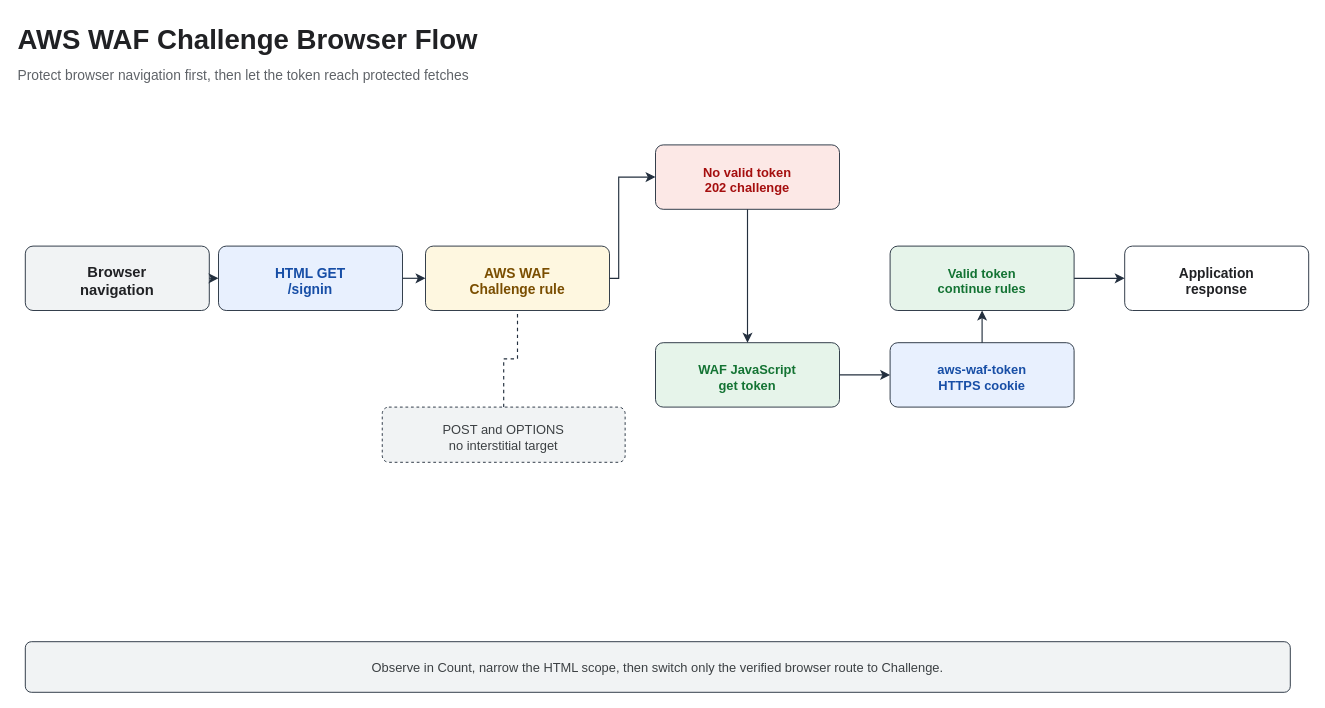
Earlier version of the draw.io diagram assets/img/aws/aws-waf-challenge-token-flow.drawio (KKamJi98/kkamji98.github.io). Source tidied: cells renumbered, new cells numbered last; positions are measured from the earlier drawing's top-left corner, leaving out a move shared by most shapes. Both pictures are drawn from the tidied source at 92%, with x=0, y=0 at pixel (16, 16).
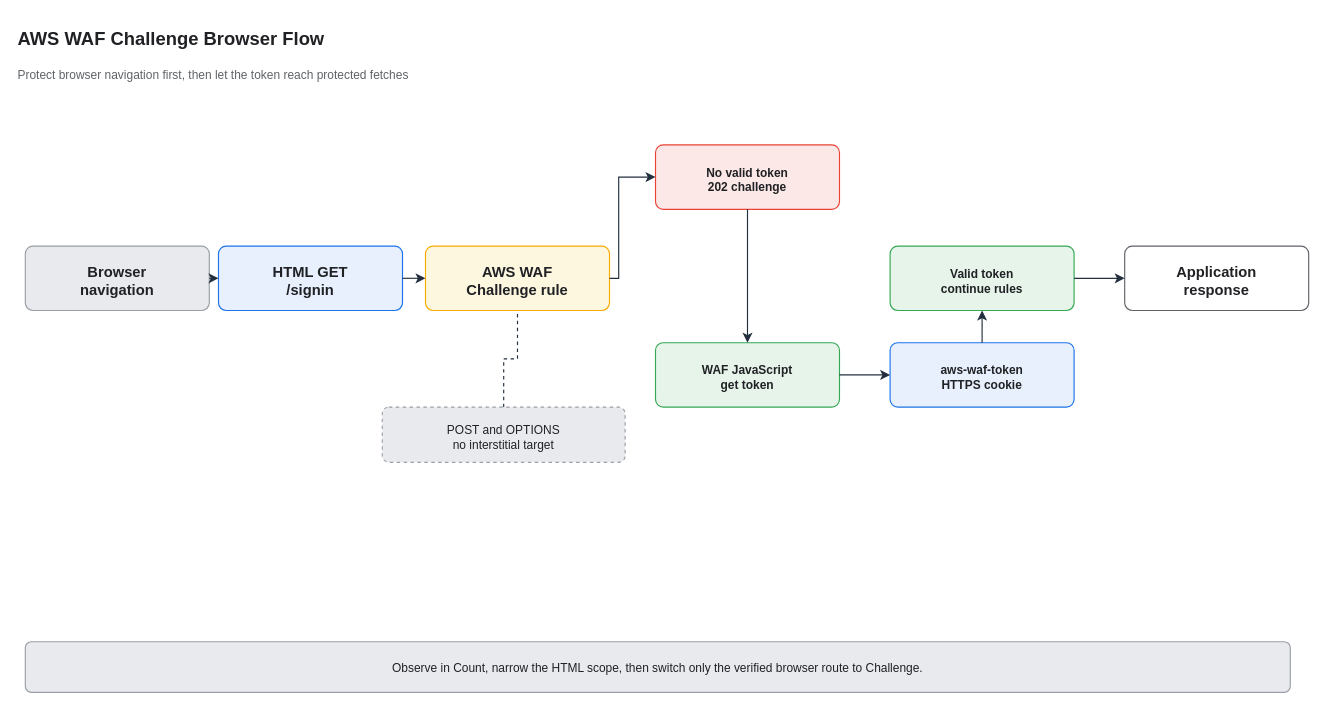
The same page after the edit.

Diff of the diagram source:
```diff
@@
-    <mxCell id="2" value="AWS WAF Challenge Browser Flow" style="text;html=0;align=left;verticalAlign=middle;fontSize=30;fontStyle=1;fontColor=#202124;" parent="1" vertex="1">
+    <mxCell id="2" value="AWS WAF Challenge Browser Flow" style="text;html=0;align=left;verticalAlign=middle;fontSize=20;fontStyle=1;fontColor=#202124;" parent="1" vertex="1">
       <mxGeometry width="790" height="45" as="geometry" />
     </mxCell>
-    <mxCell id="3" value="Protect browser navigation first, then let the token reach protected fetches" style="text;html=0;align=left;verticalAlign=middle;fontSize=15;fontColor=#5f6368;" parent="1" vertex="1">
+    <mxCell id="3" value="Protect browser navigation first, then let the token reach protected fetches" style="text;html=0;align=left;verticalAlign=middle;fontSize=13;fontColor=#5f6368;" parent="1" vertex="1">
       <mxGeometry y="48" width="850" height="30" as="geometry" />
     </mxCell>
-    <mxCell id="4" value="Browser&#10;navigation" style="rounded=1;whiteSpace=wrap;html=0;fillColor=#f1f3f4;strokeColor=#232F3E;fontColor=#202124;fontSize=16;fontStyle=1;arcSize=12;spacingTop=5;" parent="1" vertex="1">
+    <mxCell id="4" value="Browser&#10;navigation" style="rounded=1;whiteSpace=wrap;html=0;fillColor=#E8EAED;strokeColor=#9AA0A6;fontColor=#202124;fontSize=16;fontStyle=1;arcSize=12;spacingTop=5;strokeWidth=1.25;" parent="1" vertex="1">
       <mxGeometry x="10" y="250" width="200" height="70" as="geometry" />
     </mxCell>
-    <mxCell id="5" value="HTML GET&#10;/signin" style="rounded=1;whiteSpace=wrap;html=0;fillColor=#e8f0fe;strokeColor=#232F3E;fontColor=#174ea6;fontSize=15;fontStyle=1;arcSize=12;spacingTop=5;" parent="1" vertex="1">
+    <mxCell id="5" value="HTML GET&#10;/signin" style="rounded=1;whiteSpace=wrap;html=0;fillColor=#e8f0fe;strokeColor=#1A73E8;fontColor=#202124;fontSize=16;fontStyle=1;arcSize=12;spacingTop=5;strokeWidth=1.25;" parent="1" vertex="1">
       <mxGeometry x="220" y="250" width="200" height="70" as="geometry" />
     </mxCell>
-    <mxCell id="6" value="AWS WAF&#10;Challenge rule" style="rounded=1;whiteSpace=wrap;html=0;fillColor=#fef7e0;strokeColor=#232F3E;fontColor=#7a4e00;fontSize=15;fontStyle=1;arcSize=12;spacingTop=5;" parent="1" vertex="1">
+    <mxCell id="6" value="AWS WAF&#10;Challenge rule" style="rounded=1;whiteSpace=wrap;html=0;fillColor=#fef7e0;strokeColor=#F9AB00;fontColor=#202124;fontSize=16;fontStyle=1;arcSize=12;spacingTop=5;strokeWidth=1.25;" parent="1" vertex="1">
       <mxGeometry x="445" y="250" width="200" height="70" as="geometry" />
     </mxCell>
-    <mxCell id="7" value="No valid token&#10;202 challenge" style="rounded=1;whiteSpace=wrap;html=0;fillColor=#fce8e6;strokeColor=#232F3E;fontColor=#a50e0e;fontSize=14;fontStyle=1;arcSize=12;spacingTop=5;" parent="1" vertex="1">
+    <mxCell id="7" value="No valid token&#10;202 challenge" style="rounded=1;whiteSpace=wrap;html=0;fillColor=#fce8e6;strokeColor=#EA4335;fontColor=#202124;fontSize=13;fontStyle=1;arcSize=12;spacingTop=5;strokeWidth=1.25;" parent="1" vertex="1">
       <mxGeometry x="695" y="140" width="200" height="70" as="geometry" />
     </mxCell>
-    <mxCell id="8" value="WAF JavaScript&#10;get token" style="rounded=1;whiteSpace=wrap;html=0;fillColor=#e6f4ea;strokeColor=#232F3E;fontColor=#137333;fontSize=14;fontStyle=1;arcSize=12;spacingTop=5;" parent="1" vertex="1">
+    <mxCell id="8" value="WAF JavaScript&#10;get token" style="rounded=1;whiteSpace=wrap;html=0;fillColor=#e6f4ea;strokeColor=#34A853;fontColor=#202124;fontSize=13;fontStyle=1;arcSize=12;spacingTop=5;strokeWidth=1.25;" parent="1" vertex="1">
       <mxGeometry x="695" y="355" width="200" height="70" as="geometry" />
     </mxCell>
-    <mxCell id="9" value="aws-waf-token&#10;HTTPS cookie" style="rounded=1;whiteSpace=wrap;html=0;fillColor=#e8f0fe;strokeColor=#232F3E;fontColor=#174ea6;fontSize=14;fontStyle=1;arcSize=12;spacingTop=5;" parent="1" vertex="1">
+    <mxCell id="9" value="aws-waf-token&#10;HTTPS cookie" style="rounded=1;whiteSpace=wrap;html=0;fillColor=#e8f0fe;strokeColor=#1A73E8;fontColor=#202124;fontSize=13;fontStyle=1;arcSize=12;spacingTop=5;strokeWidth=1.25;" parent="1" vertex="1">
       <mxGeometry x="950" y="355" width="200" height="70" as="geometry" />
     </mxCell>
-    <mxCell id="10" value="Valid token&#10;continue rules" style="rounded=1;whiteSpace=wrap;html=0;fillColor=#e6f4ea;strokeColor=#232F3E;fontColor=#137333;fontSize=14;fontStyle=1;arcSize=12;spacingTop=5;" parent="1" vertex="1">
+    <mxCell id="10" value="Valid token&#10;continue rules" style="rounded=1;whiteSpace=wrap;html=0;fillColor=#e6f4ea;strokeColor=#34A853;fontColor=#202124;fontSize=13;fontStyle=1;arcSize=12;spacingTop=5;strokeWidth=1.25;" parent="1" vertex="1">
       <mxGeometry x="950" y="250" width="200" height="70" as="geometry" />
     </mxCell>
-    <mxCell id="11" value="Application&#10;response" style="rounded=1;whiteSpace=wrap;html=0;fillColor=#ffffff;strokeColor=#232F3E;fontColor=#202124;fontSize=15;fontStyle=1;arcSize=12;spacingTop=5;" parent="1" vertex="1">
+    <mxCell id="11" value="Application&#10;response" style="rounded=1;whiteSpace=wrap;html=0;fillColor=#ffffff;strokeColor=#5F6368;fontColor=#202124;fontSize=16;fontStyle=1;arcSize=12;spacingTop=5;strokeWidth=1.25;" parent="1" vertex="1">
       <mxGeometry x="1205" y="250" width="200" height="70" as="geometry" />
     </mxCell>
-    <mxCell id="12" value="POST and OPTIONS&#10;no interstitial target" style="rounded=1;whiteSpace=wrap;html=0;fillColor=#f1f3f4;strokeColor=#232F3E;fontColor=#3c4043;fontSize=14;dashed=1;arcSize=12;spacingTop=5;" parent="1" vertex="1">
+    <mxCell id="12" value="POST and OPTIONS&#10;no interstitial target" style="rounded=1;whiteSpace=wrap;html=0;fillColor=#E8EAED;strokeColor=#9AA0A6;fontColor=#202124;fontSize=13;dashed=1;arcSize=12;spacingTop=5;strokeWidth=1.25;" parent="1" vertex="1">
       <mxGeometry x="398" y="425" width="264" height="60" as="geometry" />
     </mxCell>
-    <mxCell id="13" value="Observe in Count, narrow the HTML scope, then switch only the verified browser route to Challenge." style="rounded=1;whiteSpace=wrap;html=0;fillColor=#f1f3f4;strokeColor=#232F3E;fontColor=#3c4043;fontSize=14;arcSize=12;" parent="1" vertex="1">
+    <mxCell id="13" value="Observe in Count, narrow the HTML scope, then switch only the verified browser route to Challenge." style="rounded=1;whiteSpace=wrap;html=0;fillColor=#E8EAED;strokeColor=#9AA0A6;fontColor=#202124;fontSize=13;arcSize=12;strokeWidth=1.25;" parent="1" vertex="1">
       <mxGeometry x="10" y="680" width="1375" height="55" as="geometry" />
     </mxCell>
-    <mxCell id="14" style="edgeStyle=orthogonalEdgeStyle;rounded=0;jettySize=auto;html=0;endArrow=classic;endFill=1;endSize=7;strokeWidth=1.25;strokeColor=#232F3E;fontColor=#232F3E;fontSize=12;labelBackgroundColor=none;exitX=1;exitY=0.5;exitDx=0;exitDy=0;entryX=0;entryY=0.5;entryDx=0;entryDy=0;" parent="1" edge="1" source="4" target="5">
+    <mxCell id="14" style="edgeStyle=orthogonalEdgeStyle;rounded=0;jettySize=auto;html=0;endArrow=classic;endFill=1;endSize=7;strokeWidth=1.25;strokeColor=#232F3E;fontColor=#202124;fontSize=11;labelBackgroundColor=none;exitX=1;exitY=0.5;exitDx=0;exitDy=0;entryX=0;entryY=0.5;entryDx=0;entryDy=0;" parent="1" edge="1" source="4" target="5">
       <mxGeometry relative="1" as="geometry" />
     </mxCell>
-    <mxCell id="15" style="edgeStyle=orthogonalEdgeStyle;rounded=0;jettySize=auto;html=0;endArrow=classic;endFill=1;endSize=7;strokeWidth=1.25;strokeColor=#232F3E;fontColor=#232F3E;fontSize=12;labelBackgroundColor=none;exitX=1;exitY=0.5;exitDx=0;exitDy=0;entryX=0;entryY=0.5;entryDx=0;entryDy=0;" parent="1" edge="1" source="5" target="6">
+    <mxCell id="15" style="edgeStyle=orthogonalEdgeStyle;rounded=0;jettySize=auto;html=0;endArrow=classic;endFill=1;endSize=7;strokeWidth=1.25;strokeColor=#232F3E;fontColor=#202124;fontSize=11;labelBackgroundColor=none;exitX=1;exitY=0.5;exitDx=0;exitDy=0;entryX=0;entryY=0.5;entryDx=0;entryDy=0;" parent="1" edge="1" source="5" target="6">
       <mxGeometry relative="1" as="geometry" />
     </mxCell>
-    <mxCell id="16" style="edgeStyle=orthogonalEdgeStyle;rounded=0;jettySize=auto;html=0;endArrow=classic;endFill=1;endSize=7;strokeWidth=1.25;strokeColor=#232F3E;fontColor=#232F3E;fontSize=12;labelBackgroundColor=none;exitX=1;exitY=0.5;exitDx=0;exitDy=0;entryX=0;entryY=0.5;entryDx=0;entryDy=0;" parent="1" edge="1" source="6" target="7">
+    <mxCell id="16" style="edgeStyle=orthogonalEdgeStyle;rounded=0;jettySize=auto;html=0;endArrow=classic;endFill=1;endSize=7;strokeWidth=1.25;strokeColor=#232F3E;fontColor=#202124;fontSize=11;labelBackgroundColor=none;exitX=1;exitY=0.5;exitDx=0;exitDy=0;entryX=0;entryY=0.5;entryDx=0;entryDy=0;" parent="1" edge="1" source="6" target="7">
       <mxGeometry relative="1" as="geometry">
         <Array as="points">
           <mxPoint x="655" y="285" />
           <mxPoint x="655" y="175" />
         </Array>
       </mxGeometry>
     </mxCell>
-    <mxCell id="17" style="edgeStyle=orthogonalEdgeStyle;rounded=0;jettySize=auto;html=0;endArrow=classic;endFill=1;endSize=7;strokeWidth=1.25;strokeColor=#232F3E;fontColor=#232F3E;fontSize=12;labelBackgroundColor=none;exitX=0.5;exitY=1;exitDx=0;exitDy=0;entryX=0.5;entryY=0;entryDx=0;entryDy=0;" parent="1" edge="1" source="7" target="8">
+    <mxCell id="17" style="edgeStyle=orthogonalEdgeStyle;rounded=0;jettySize=auto;html=0;endArrow=classic;endFill=1;endSize=7;strokeWidth=1.25;strokeColor=#232F3E;fontColor=#202124;fontSize=11;labelBackgroundColor=none;exitX=0.5;exitY=1;exitDx=0;exitDy=0;entryX=0.5;entryY=0;entryDx=0;entryDy=0;" parent="1" edge="1" source="7" target="8">
       <mxGeometry relative="1" as="geometry" />
     </mxCell>
-    <mxCell id="18" style="edgeStyle=orthogonalEdgeStyle;rounded=0;jettySize=auto;html=0;endArrow=classic;endFill=1;endSize=7;strokeWidth=1.25;strokeColor=#232F3E;fontColor=#232F3E;fontSize=12;labelBackgroundColor=none;exitX=1;exitY=0.5;exitDx=0;exitDy=0;entryX=0;entryY=0.5;entryDx=0;entryDy=0;" parent="1" edge="1" source="8" target="9">
+    <mxCell id="18" style="edgeStyle=orthogonalEdgeStyle;rounded=0;jettySize=auto;html=0;endArrow=classic;endFill=1;endSize=7;strokeWidth=1.25;strokeColor=#232F3E;fontColor=#202124;fontSize=11;labelBackgroundColor=none;exitX=1;exitY=0.5;exitDx=0;exitDy=0;entryX=0;entryY=0.5;entryDx=0;entryDy=0;" parent="1" edge="1" source="8" target="9">
       <mxGeometry relative="1" as="geometry" />
     </mxCell>
-    <mxCell id="19" style="edgeStyle=orthogonalEdgeStyle;rounded=0;jettySize=auto;html=0;endArrow=classic;endFill=1;endSize=7;strokeWidth=1.25;strokeColor=#232F3E;fontColor=#232F3E;fontSize=12;labelBackgroundColor=none;exitX=0.5;exitY=0;exitDx=0;exitDy=0;entryX=0.5;entryY=1;entryDx=0;entryDy=0;" parent="1" edge="1" source="9" target="10">
+    <mxCell id="19" style="edgeStyle=orthogonalEdgeStyle;rounded=0;jettySize=auto;html=0;endArrow=classic;endFill=1;endSize=7;strokeWidth=1.25;strokeColor=#232F3E;fontColor=#202124;fontSize=11;labelBackgroundColor=none;exitX=0.5;exitY=0;exitDx=0;exitDy=0;entryX=0.5;entryY=1;entryDx=0;entryDy=0;" parent="1" edge="1" source="9" target="10">
       <mxGeometry relative="1" as="geometry" />
     </mxCell>
-    <mxCell id="20" style="edgeStyle=orthogonalEdgeStyle;rounded=0;jettySize=auto;html=0;endArrow=classic;endFill=1;endSize=7;strokeWidth=1.25;strokeColor=#232F3E;fontColor=#232F3E;fontSize=12;labelBackgroundColor=none;exitX=1;exitY=0.5;exitDx=0;exitDy=0;entryX=0;entryY=0.5;entryDx=0;entryDy=0;" parent="1" edge="1" source="10" target="11">
+    <mxCell id="20" style="edgeStyle=orthogonalEdgeStyle;rounded=0;jettySize=auto;html=0;endArrow=classic;endFill=1;endSize=7;strokeWidth=1.25;strokeColor=#232F3E;fontColor=#202124;fontSize=11;labelBackgroundColor=none;exitX=1;exitY=0.5;exitDx=0;exitDy=0;entryX=0;entryY=0.5;entryDx=0;entryDy=0;" parent="1" edge="1" source="10" target="11">
       <mxGeometry relative="1" as="geometry" />
     </mxCell>
-    <mxCell id="21" style="edgeStyle=orthogonalEdgeStyle;rounded=0;jettySize=auto;html=0;dashed=1;endArrow=none;strokeWidth=1.25;strokeColor=#232F3E;fontColor=#232F3E;fontSize=12;labelBackgroundColor=none;exitX=0.5;exitY=0;exitDx=0;exitDy=0;entryX=0.5;entryY=1;entryDx=0;entryDy=0;" parent="1" edge="1" source="12" target="6">
+    <mxCell id="21" style="edgeStyle=orthogonalEdgeStyle;rounded=0;jettySize=auto;html=0;dashed=1;endArrow=none;strokeWidth=1.25;strokeColor=#232F3E;fontColor=#202124;fontSize=11;labelBackgroundColor=none;exitX=0.5;exitY=0;exitDx=0;exitDy=0;entryX=0.5;entryY=1;entryDx=0;entryDy=0;" parent="1" edge="1" source="12" target="6">
       <mxGeometry relative="1" as="geometry" />
     </mxCell>
```
